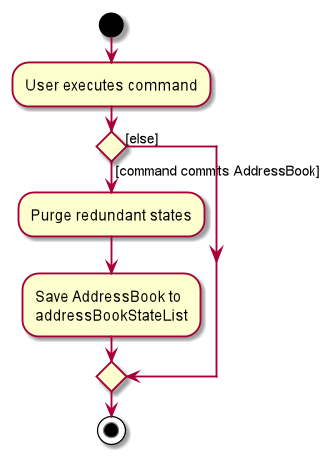
Earlier version of the PlantUML export docs/images/CommitActivityDiagram.png (wardetu/main). The source it was exported from:
```plantuml
@startuml
start
:User executes command;


if () then ([command commits AddressBook])
    :Purge redundant states;
    :Save AddressBook to
    addressBookStateList;
else ([else])
endif
stop
@enduml
```
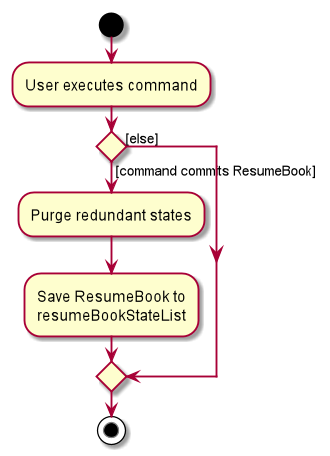
After the commit.

The edit, as a diff of the source:
```diff
@@ -3,10 +3,10 @@
 :User executes command;
 
 
-if () then ([command commits AddressBook])
+if () then ([command commits ResumeBook])
     :Purge redundant states;
-    :Save AddressBook to
-    addressBookStateList;
+    :Save ResumeBook to
+    resumeBookStateList;
 else ([else])
 endif
 stop
```
